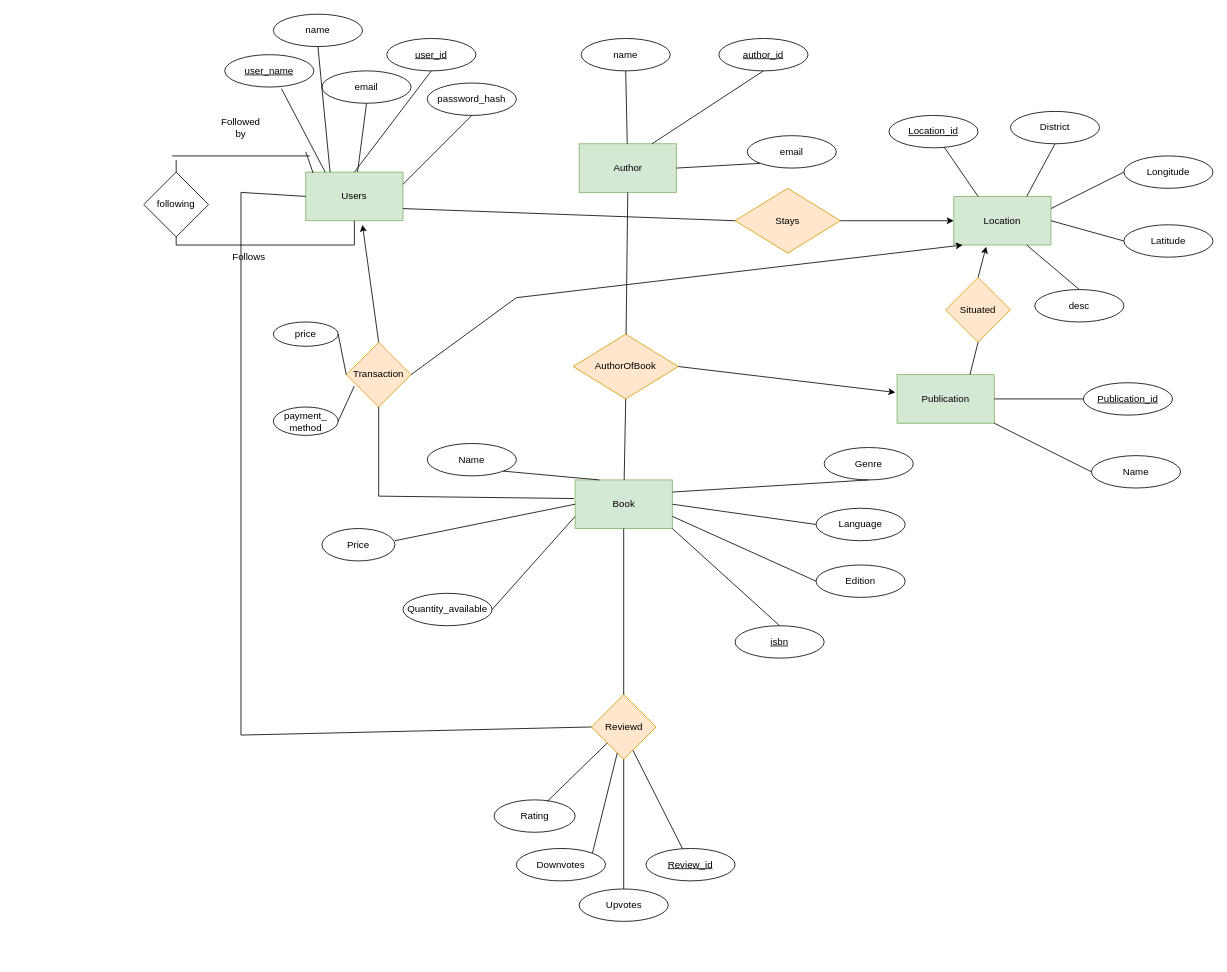
Asib27/BuyYourBook keeps this draw.io diagram as erd_diagram.drawio. Above is the earlier version. Source tidied: cells renumbered, new cells numbered last; positions are measured from the earlier drawing's top-left corner, leaving out a move shared by most shapes. Both pictures are drawn from the tidied source at 81%, with x=0, y=0 at pixel (143, 14).
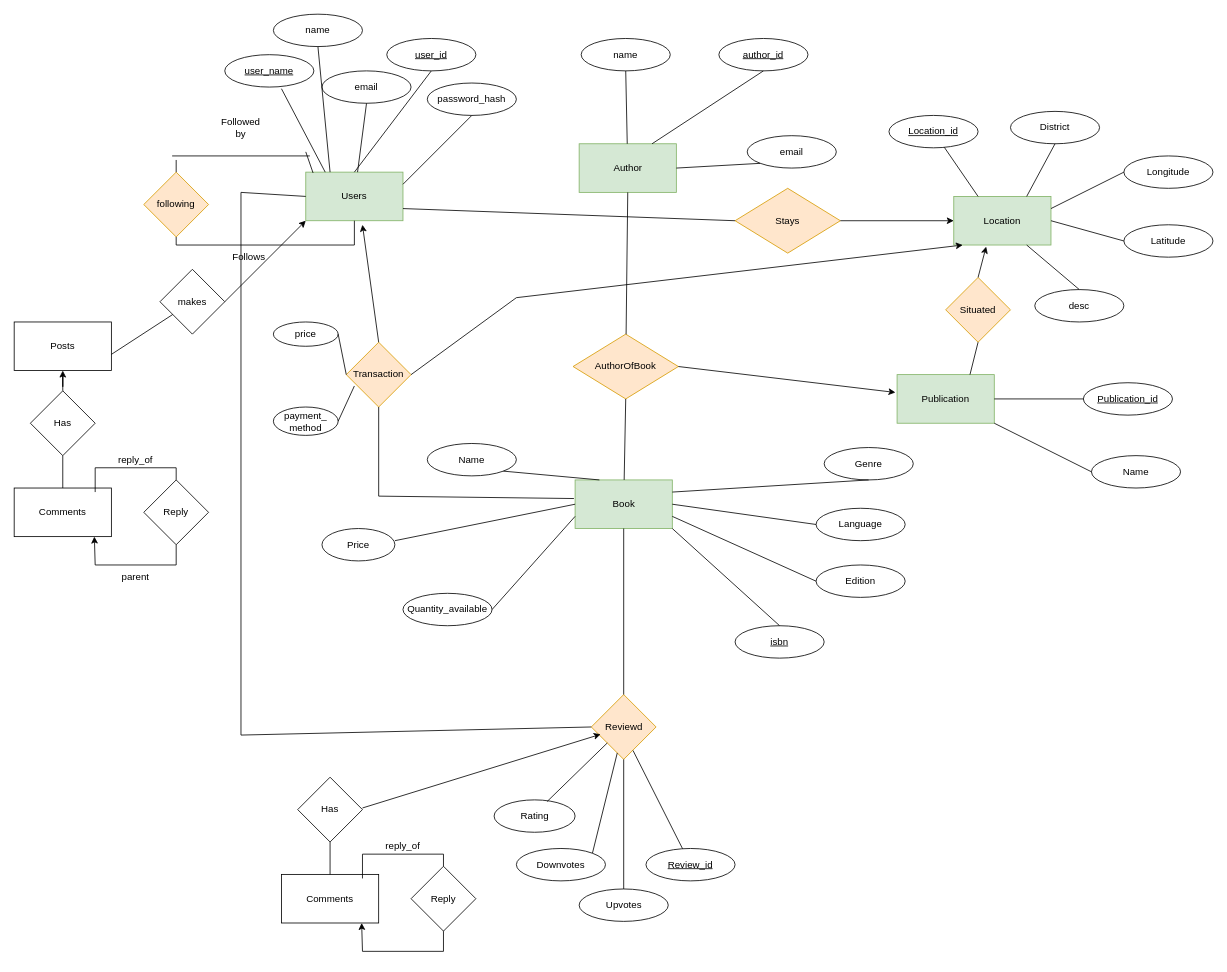
After the change.

The change refers to these unchanged cells:
```xml
<mxCell id="4" value="Users" style="rounded=0;whiteSpace=wrap;html=1;fillColor=#d5e8d4;strokeColor=#82b366;" parent="1" vertex="1">
  <mxGeometry x="200" y="195" width="120" height="60" as="geometry" />
</mxCell>
<mxCell id="75" value="Reviewd" style="rhombus;whiteSpace=wrap;html=1;fillColor=#ffe6cc;strokeColor=#d79b00;" parent="1" vertex="1">
  <mxGeometry x="552.5" y="840" width="80" height="80" as="geometry" />
</mxCell>
```

The edit, as a diff of the source:
```diff
@@
-    <mxCell id="9" value="following" style="rhombus;whiteSpace=wrap;html=1;" parent="1" vertex="1">
+    <mxCell id="9" value="following" style="rhombus;whiteSpace=wrap;html=1;fillColor=#ffe6cc;strokeColor=#d79b00;" parent="1" vertex="1">
       <mxGeometry y="195" width="80" height="80" as="geometry" />
     </mxCell>
@@
+    <mxCell id="93" value="Posts" style="rounded=0;whiteSpace=wrap;html=1;" parent="1" vertex="1">
+      <mxGeometry x="-160" y="380" width="120" height="60" as="geometry" />
+    </mxCell>
+    <mxCell id="94" value="makes" style="rhombus;whiteSpace=wrap;html=1;" parent="1" vertex="1">
+      <mxGeometry x="20" y="315" width="80" height="80" as="geometry" />
+    </mxCell>
+    <mxCell id="95" style="endArrow=none;html=1;rounded=0;" parent="1" edge="1" target="94">
+      <mxGeometry relative="1" as="geometry">
+        <mxPoint x="-40" y="420" as="sourcePoint" />
+      </mxGeometry>
+    </mxCell>
+    <mxCell id="96" value="Comments" style="rounded=0;whiteSpace=wrap;html=1;" parent="1" vertex="1">
+      <mxGeometry x="-160" y="585" width="120" height="60" as="geometry" />
+    </mxCell>
+    <mxCell id="97" style="edgeStyle=orthogonalEdgeStyle;rounded=0;jettySize=auto;html=1;" parent="1" edge="1" source="98" target="93">
+      <mxGeometry relative="1" as="geometry" />
+    </mxCell>
+    <mxCell id="98" value="Has" style="rhombus;whiteSpace=wrap;html=1;" parent="1" vertex="1">
+      <mxGeometry x="-140" y="465" width="80" height="80" as="geometry" />
+    </mxCell>
+    <mxCell id="99" style="endArrow=none;html=1;rounded=0;exitX=0.5;exitY=0;exitDx=0;exitDy=0;entryX=0.5;entryY=1;entryDx=0;entryDy=0;" parent="1" edge="1" source="96" target="98">
+      <mxGeometry relative="1" as="geometry" />
+    </mxCell>
+    <mxCell id="100" value="Reply" style="rhombus;whiteSpace=wrap;html=1;" parent="1" vertex="1">
+      <mxGeometry y="575" width="80" height="80" as="geometry" />
+    </mxCell>
+    <mxCell id="101" style="endArrow=none;html=1;rounded=0;" parent="1" edge="1">
+      <mxGeometry relative="1" as="geometry">
+        <mxPoint x="-60" y="680" as="sourcePoint" />
+        <mxPoint x="40" y="680" as="targetPoint" />
+      </mxGeometry>
+    </mxCell>
+    <mxCell id="102" style="endArrow=none;html=1;rounded=0;" parent="1" edge="1">
+      <mxGeometry relative="1" as="geometry">
+        <mxPoint x="-60" y="560" as="sourcePoint" />
+        <mxPoint x="40" y="560" as="targetPoint" />
+      </mxGeometry>
+    </mxCell>
+    <mxCell id="103" style="endArrow=none;html=1;rounded=0;entryX=0.5;entryY=1;entryDx=0;entryDy=0;" parent="1" edge="1" target="100">
+      <mxGeometry relative="1" as="geometry">
+        <mxPoint x="40" y="680" as="sourcePoint" />
+      </mxGeometry>
+    </mxCell>
+    <mxCell id="104" style="endArrow=none;html=1;rounded=0;entryX=0.5;entryY=0;entryDx=0;entryDy=0;" parent="1" edge="1" target="100">
+      <mxGeometry relative="1" as="geometry">
+        <mxPoint x="40" y="560" as="sourcePoint" />
+      </mxGeometry>
+    </mxCell>
+    <mxCell id="105" style="endArrow=classic;html=1;rounded=0;entryX=0.825;entryY=1;entryDx=0;entryDy=0;entryPerimeter=0;" parent="1" edge="1" target="96">
+      <mxGeometry relative="1" as="geometry">
+        <mxPoint x="-60" y="680" as="sourcePoint" />
+      </mxGeometry>
+    </mxCell>
+    <mxCell id="106" style="endArrow=none;html=1;rounded=0;" parent="1" edge="1">
+      <mxGeometry relative="1" as="geometry">
+        <mxPoint x="-60" y="560" as="sourcePoint" />
+        <mxPoint x="-60" y="590" as="targetPoint" />
+      </mxGeometry>
+    </mxCell>
+    <mxCell id="107" value="parent" style="text;html=1;strokeColor=none;fillColor=none;align=center;verticalAlign=middle;whiteSpace=wrap;rounded=0;" parent="1" vertex="1">
+      <mxGeometry x="-40" y="680" width="60" height="30" as="geometry" />
+    </mxCell>
+    <mxCell id="108" value="reply_of" style="text;html=1;strokeColor=none;fillColor=none;align=center;verticalAlign=middle;whiteSpace=wrap;rounded=0;" parent="1" vertex="1">
+      <mxGeometry x="-40" y="535" width="60" height="30" as="geometry" />
+    </mxCell>
+    <mxCell id="109" value="Comments" style="rounded=0;whiteSpace=wrap;html=1;" parent="1" vertex="1">
+      <mxGeometry x="170" y="1062" width="120" height="60" as="geometry" />
+    </mxCell>
+    <mxCell id="110" value="Has" style="rhombus;whiteSpace=wrap;html=1;" parent="1" vertex="1">
+      <mxGeometry x="190" y="942" width="80" height="80" as="geometry" />
+    </mxCell>
+    <mxCell id="111" style="endArrow=none;html=1;rounded=0;exitX=0.5;exitY=0;exitDx=0;exitDy=0;entryX=0.5;entryY=1;entryDx=0;entryDy=0;" parent="1" edge="1" source="109" target="110">
+      <mxGeometry relative="1" as="geometry" />
+    </mxCell>
+    <mxCell id="112" value="Reply" style="rhombus;whiteSpace=wrap;html=1;" parent="1" vertex="1">
+      <mxGeometry x="330" y="1052" width="80" height="80" as="geometry" />
+    </mxCell>
+    <mxCell id="113" style="endArrow=none;html=1;rounded=0;" parent="1" edge="1">
+      <mxGeometry relative="1" as="geometry">
+        <mxPoint x="270" y="1157" as="sourcePoint" />
+        <mxPoint x="370" y="1157" as="targetPoint" />
+      </mxGeometry>
+    </mxCell>
+    <mxCell id="114" style="endArrow=none;html=1;rounded=0;" parent="1" edge="1">
+      <mxGeometry relative="1" as="geometry">
+        <mxPoint x="270" y="1037" as="sourcePoint" />
+        <mxPoint x="370" y="1037" as="targetPoint" />
+      </mxGeometry>
+    </mxCell>
+    <mxCell id="115" style="endArrow=none;html=1;rounded=0;entryX=0.5;entryY=1;entryDx=0;entryDy=0;" parent="1" edge="1" target="112">
+      <mxGeometry relative="1" as="geometry">
+        <mxPoint x="370" y="1157" as="sourcePoint" />
+      </mxGeometry>
+    </mxCell>
+    <mxCell id="116" style="endArrow=none;html=1;rounded=0;entryX=0.5;entryY=0;entryDx=0;entryDy=0;" parent="1" edge="1" target="112">
+      <mxGeometry relative="1" as="geometry">
+        <mxPoint x="370" y="1037" as="sourcePoint" />
+      </mxGeometry>
+    </mxCell>
+    <mxCell id="117" style="endArrow=classic;html=1;rounded=0;entryX=0.825;entryY=1;entryDx=0;entryDy=0;entryPerimeter=0;" parent="1" edge="1" target="109">
+      <mxGeometry relative="1" as="geometry">
+        <mxPoint x="270" y="1157" as="sourcePoint" />
+      </mxGeometry>
+    </mxCell>
+    <mxCell id="118" style="endArrow=none;html=1;rounded=0;" parent="1" edge="1">
+      <mxGeometry relative="1" as="geometry">
+        <mxPoint x="270" y="1037" as="sourcePoint" />
+        <mxPoint x="270" y="1067" as="targetPoint" />
+      </mxGeometry>
+    </mxCell>
+    <mxCell id="119" value="reply_of" style="text;html=1;strokeColor=none;fillColor=none;align=center;verticalAlign=middle;whiteSpace=wrap;rounded=0;" parent="1" vertex="1">
+      <mxGeometry x="290" y="1012" width="60" height="30" as="geometry" />
+    </mxCell>
+    <mxCell id="120" style="endArrow=classic;html=1;rounded=0;entryX=0.144;entryY=0.613;entryDx=0;entryDy=0;entryPerimeter=0;" parent="1" edge="1" target="75">
+      <mxGeometry relative="1" as="geometry">
+        <mxPoint x="270" y="980" as="sourcePoint" />
+      </mxGeometry>
+    </mxCell>
+    <mxCell id="121" style="endArrow=classic;html=1;rounded=0;exitX=1;exitY=0.5;exitDx=0;exitDy=0;entryX=0;entryY=1;entryDx=0;entryDy=0;" parent="1" edge="1" source="94" target="4">
+      <mxGeometry relative="1" as="geometry" />
+    </mxCell>
```
